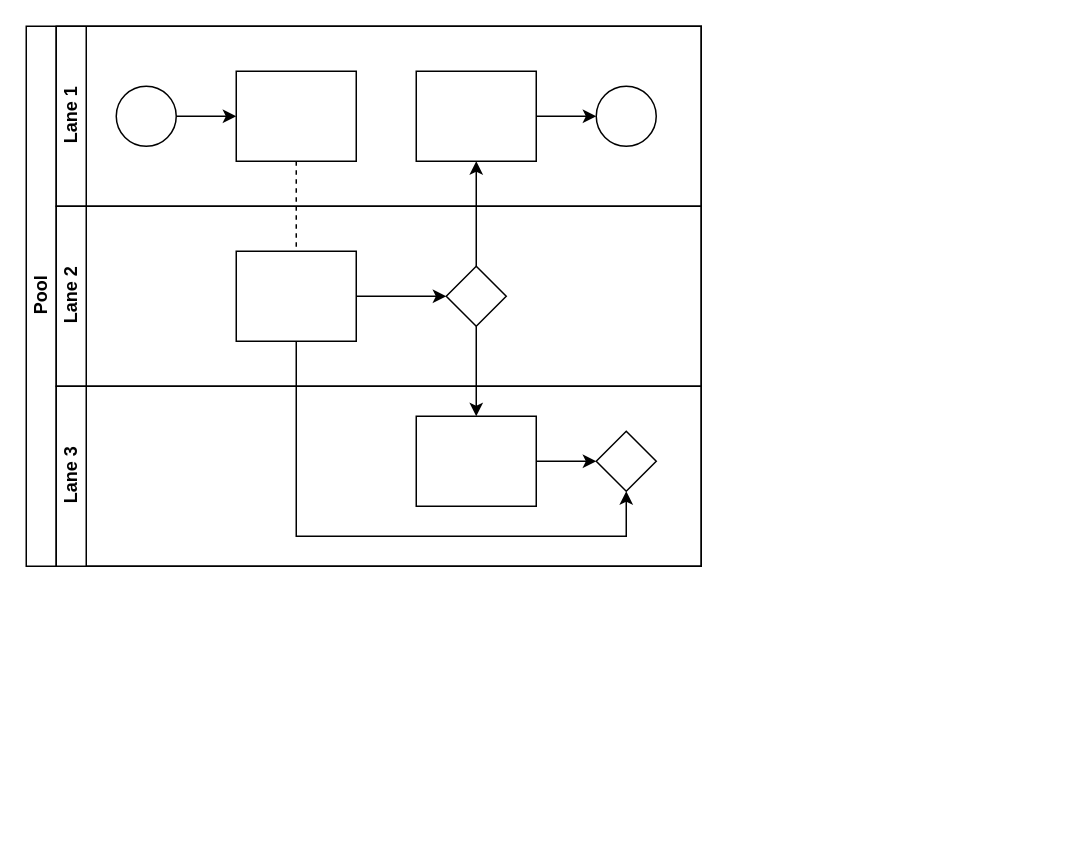
This is Diagramme sans nom.drawio from Jbertrius/dmd_model, a draw.io file, before an edit. Source tidied: cells renumbered, new cells numbered last; positions are measured from the earlier drawing's top-left corner, leaving out a move shared by most shapes. Both pictures are drawn from the tidied source at 150%, with x=0, y=0 at pixel (26, 26).
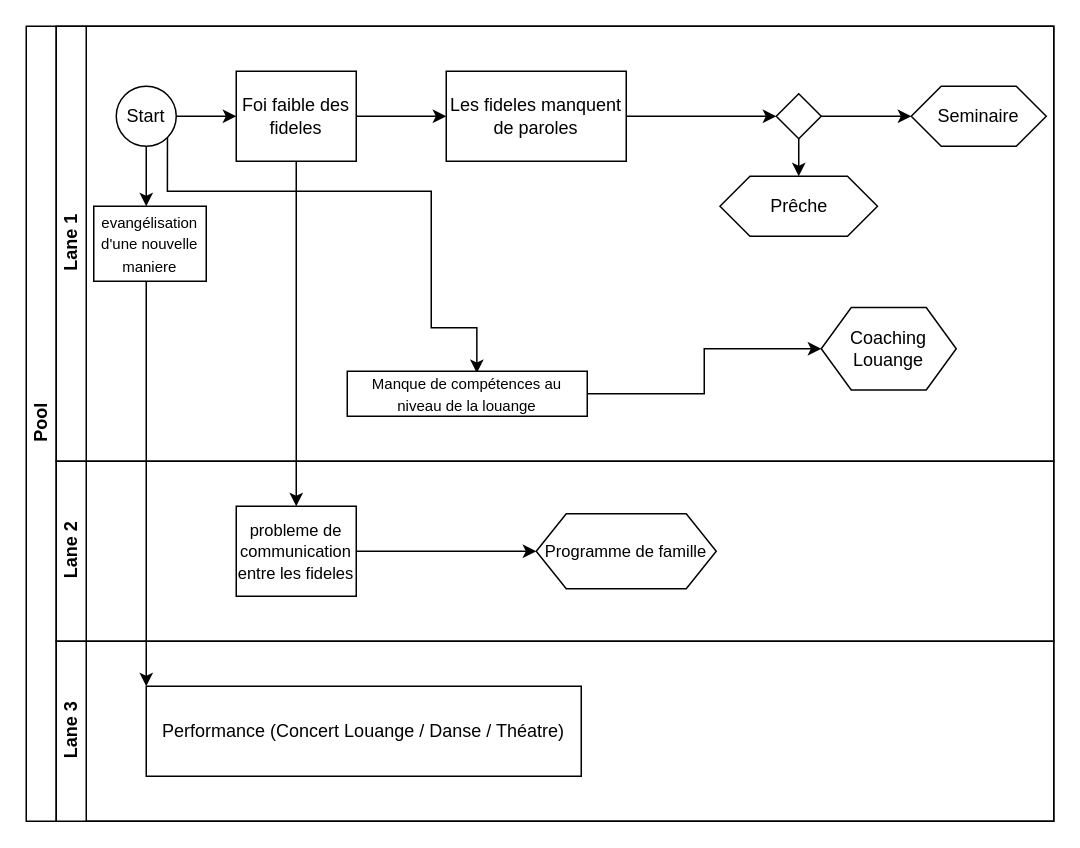
The same diagram, later.

Commit message:
Mise à jour

The edit, as a diff of the source:
```diff
@@
     <mxCell id="2" value="Pool" style="swimlane;html=1;horizontal=0;startSize=20;" parent="1" vertex="1">
-      <mxGeometry width="450" height="360" as="geometry" />
+      <mxGeometry width="685" height="530" as="geometry" />
     </mxCell>
-    <mxCell id="3" style="edgeStyle=orthogonalEdgeStyle;rounded=0;jettySize=auto;html=1;dashed=1;endArrow=none;endFill=0;" parent="2" edge="1" source="10" target="16">
-      <mxGeometry relative="1" as="geometry" />
-    </mxCell>
-    <mxCell id="4" style="edgeStyle=orthogonalEdgeStyle;rounded=0;jettySize=auto;html=1;endArrow=classic;endFill=1;" parent="2" edge="1" source="17" target="12">
-      <mxGeometry relative="1" as="geometry" />
-    </mxCell>
-    <mxCell id="5" style="edgeStyle=orthogonalEdgeStyle;rounded=0;jettySize=auto;html=1;endArrow=classic;endFill=1;" parent="2" edge="1" source="17" target="20">
-      <mxGeometry relative="1" as="geometry" />
-    </mxCell>
-    <mxCell id="6" style="edgeStyle=orthogonalEdgeStyle;rounded=0;jettySize=auto;html=1;endArrow=classic;endFill=1;" parent="2" edge="1" source="16" target="21">
-      <mxGeometry relative="1" as="geometry">
-        <Array as="points">
-          <mxPoint x="180" y="340" />
-          <mxPoint x="400" y="340" />
-        </Array>
-      </mxGeometry>
-    </mxCell>
     <mxCell id="7" value="Lane 1" style="swimlane;html=1;startSize=20;horizontal=0;" parent="2" vertex="1">
-      <mxGeometry x="20" width="430" height="120" as="geometry" />
+      <mxGeometry x="20" width="665" height="290" as="geometry" />
     </mxCell>
@@
+    <mxCell id="22" style="edgeStyle=orthogonalEdgeStyle;rounded=0;jettySize=auto;html=1;" parent="7" edge="1" source="9" target="32">
+      <mxGeometry relative="1" as="geometry">
+        <Array as="points">
+          <mxPoint x="60" y="110" />
+          <mxPoint x="60" y="110" />
+        </Array>
+      </mxGeometry>
+    </mxCell>
+    <mxCell id="23" style="edgeStyle=orthogonalEdgeStyle;rounded=0;jettySize=auto;html=1;exitX=1;exitY=1;exitDx=0;exitDy=0;entryX=0.54;entryY=0.04;entryDx=0;entryDy=0;entryPerimeter=0;" parent="7" edge="1" source="9" target="34">
+      <mxGeometry relative="1" as="geometry">
+        <Array as="points">
+          <mxPoint x="74" y="110" />
+          <mxPoint x="250" y="110" />
+          <mxPoint x="250" y="201" />
+        </Array>
+      </mxGeometry>
+    </mxCell>
-    <mxCell id="9" style="ellipse;whiteSpace=wrap;html=1;" parent="7" vertex="1">
+    <mxCell id="9" value="Start" style="ellipse;whiteSpace=wrap;html=1;" parent="7" vertex="1">
       <mxGeometry x="40" y="40" width="40" height="40" as="geometry" />
     </mxCell>
+    <mxCell id="24" style="edgeStyle=orthogonalEdgeStyle;rounded=0;jettySize=auto;html=1;" parent="7" edge="1" source="10" target="26">
+      <mxGeometry relative="1" as="geometry" />
+    </mxCell>
-    <mxCell id="10" style="rounded=0;whiteSpace=wrap;html=1;fontFamily=Helvetica;fontSize=12;fontColor=#000000;align=center;" parent="7" vertex="1">
+    <mxCell id="10" value="Foi faible des fideles" style="rounded=0;whiteSpace=wrap;html=1;fontFamily=Helvetica;fontSize=12;fontColor=#000000;align=center;" parent="7" vertex="1">
       <mxGeometry x="120" y="30" width="80" height="60" as="geometry" />
     </mxCell>
-    <mxCell id="11" style="edgeStyle=orthogonalEdgeStyle;rounded=0;jettySize=auto;html=1;endArrow=classic;endFill=1;" parent="7" edge="1" source="12" target="13">
-      <mxGeometry relative="1" as="geometry" />
-    </mxCell>
-    <mxCell id="12" style="rounded=0;whiteSpace=wrap;html=1;fontFamily=Helvetica;fontSize=12;fontColor=#000000;align=center;" parent="7" vertex="1">
-      <mxGeometry x="240" y="30" width="80" height="60" as="geometry" />
-    </mxCell>
-    <mxCell id="13" style="ellipse;whiteSpace=wrap;html=1;" parent="7" vertex="1">
-      <mxGeometry x="360" y="40" width="40" height="40" as="geometry" />
-    </mxCell>
+    <mxCell id="25" style="edgeStyle=orthogonalEdgeStyle;rounded=0;jettySize=auto;html=1;" parent="7" edge="1" source="26" target="29">
+      <mxGeometry relative="1" as="geometry" />
+    </mxCell>
+    <mxCell id="26" value="Les fideles manquent de paroles" style="rounded=0;whiteSpace=wrap;html=1;fontColor=#000000;" parent="7" vertex="1">
+      <mxGeometry x="260" y="30" width="120" height="60" as="geometry" />
+    </mxCell>
+    <mxCell id="27" style="edgeStyle=orthogonalEdgeStyle;rounded=0;jettySize=auto;html=1;" parent="7" edge="1" source="29" target="30">
+      <mxGeometry relative="1" as="geometry" />
+    </mxCell>
+    <mxCell id="28" style="edgeStyle=orthogonalEdgeStyle;rounded=0;jettySize=auto;html=1;" parent="7" edge="1" source="29" target="31">
+      <mxGeometry relative="1" as="geometry" />
+    </mxCell>
+    <mxCell id="29" style="rhombus;whiteSpace=wrap;html=1;fontColor=#000000;rounded=0;" parent="7" vertex="1">
+      <mxGeometry x="480" y="45" width="30" height="30" as="geometry" />
+    </mxCell>
+    <mxCell id="30" value="Seminaire" style="shape=hexagon;perimeter=hexagonPerimeter2;whiteSpace=wrap;html=1;fixedSize=1;fontColor=#000000;rounded=0;" parent="7" vertex="1">
+      <mxGeometry x="570" y="40" width="90" height="40" as="geometry" />
+    </mxCell>
+    <mxCell id="31" value="Prêche" style="shape=hexagon;perimeter=hexagonPerimeter2;whiteSpace=wrap;html=1;fixedSize=1;fontColor=#000000;rounded=0;" parent="7" vertex="1">
+      <mxGeometry x="442.5" y="100" width="105" height="40" as="geometry" />
+    </mxCell>
+    <mxCell id="32" value="&lt;font style=&quot;font-size: 10px;&quot;&gt;evangélisation&lt;/font&gt;&lt;div&gt;&lt;font style=&quot;font-size: 10px;&quot;&gt;d'une nouvelle maniere&lt;/font&gt;&lt;/div&gt;" style="whiteSpace=wrap;html=1;" parent="7" vertex="1">
+      <mxGeometry x="25" y="120" width="75" height="50" as="geometry" />
+    </mxCell>
+    <mxCell id="33" style="edgeStyle=orthogonalEdgeStyle;rounded=0;jettySize=auto;html=1;" parent="7" edge="1" source="34" target="35">
+      <mxGeometry relative="1" as="geometry" />
+    </mxCell>
+    <mxCell id="34" value="&lt;span style=&quot;font-size: 10px;&quot;&gt;Manque de compétences au niveau de la louange&lt;/span&gt;" style="whiteSpace=wrap;html=1;" parent="7" vertex="1">
+      <mxGeometry x="194" y="230" width="160" height="30" as="geometry" />
+    </mxCell>
+    <mxCell id="35" value="Coaching Louange" style="shape=hexagon;perimeter=hexagonPerimeter2;whiteSpace=wrap;html=1;fixedSize=1;" parent="7" vertex="1">
+      <mxGeometry x="510" y="187.5" width="90" height="55" as="geometry" />
+    </mxCell>
     <mxCell id="14" value="Lane 2" style="swimlane;html=1;startSize=20;horizontal=0;" parent="2" vertex="1">
-      <mxGeometry x="20" y="120" width="430" height="120" as="geometry" />
+      <mxGeometry x="20" y="290" width="665" height="120" as="geometry" />
     </mxCell>
-    <mxCell id="15" style="edgeStyle=orthogonalEdgeStyle;rounded=0;jettySize=auto;html=1;endArrow=classic;endFill=1;" parent="14" edge="1" source="16" target="17">
-      <mxGeometry relative="1" as="geometry" />
-    </mxCell>
+    <mxCell id="36" style="edgeStyle=orthogonalEdgeStyle;rounded=0;jettySize=auto;html=1;" parent="14" edge="1" source="16" target="37">
+      <mxGeometry relative="1" as="geometry" />
+    </mxCell>
-    <mxCell id="16" style="rounded=0;whiteSpace=wrap;html=1;fontFamily=Helvetica;fontSize=12;fontColor=#000000;align=center;" parent="14" vertex="1">
+    <mxCell id="16" value="&lt;font style=&quot;font-size: 11px;&quot;&gt;probleme de communication entre les fideles&lt;/font&gt;" style="rounded=0;whiteSpace=wrap;html=1;fontFamily=Helvetica;fontSize=12;fontColor=#000000;align=center;" parent="14" vertex="1">
       <mxGeometry x="120" y="30" width="80" height="60" as="geometry" />
     </mxCell>
-    <mxCell id="17" style="rhombus;whiteSpace=wrap;html=1;fontFamily=Helvetica;fontSize=12;fontColor=#000000;align=center;" parent="14" vertex="1">
-      <mxGeometry x="260" y="40" width="40" height="40" as="geometry" />
-    </mxCell>
+    <mxCell id="37" value="&lt;font style=&quot;font-size: 11px;&quot;&gt;Programme de famille&lt;/font&gt;" style="shape=hexagon;perimeter=hexagonPerimeter2;whiteSpace=wrap;html=1;fixedSize=1;fontColor=#000000;rounded=0;" parent="14" vertex="1">
+      <mxGeometry x="320" y="35" width="120" height="50" as="geometry" />
+    </mxCell>
     <mxCell id="18" value="Lane 3" style="swimlane;html=1;startSize=20;horizontal=0;" parent="2" vertex="1">
-      <mxGeometry x="20" y="240" width="430" height="120" as="geometry" />
+      <mxGeometry x="20" y="410" width="665" height="120" as="geometry" />
     </mxCell>
-    <mxCell id="19" style="edgeStyle=orthogonalEdgeStyle;rounded=0;jettySize=auto;html=1;endArrow=classic;endFill=1;" parent="18" edge="1" source="20" target="21">
-      <mxGeometry relative="1" as="geometry" />
-    </mxCell>
-    <mxCell id="20" style="rounded=0;whiteSpace=wrap;html=1;fontFamily=Helvetica;fontSize=12;fontColor=#000000;align=center;" parent="18" vertex="1">
-      <mxGeometry x="240" y="20" width="80" height="60" as="geometry" />
-    </mxCell>
-    <mxCell id="21" style="rhombus;whiteSpace=wrap;html=1;fontFamily=Helvetica;fontSize=12;fontColor=#000000;align=center;" parent="18" vertex="1">
-      <mxGeometry x="360" y="30" width="40" height="40" as="geometry" />
-    </mxCell>
+    <mxCell id="38" value="Performance (Concert Louange / Danse / Théatre)" style="whiteSpace=wrap;html=1;" parent="18" vertex="1">
+      <mxGeometry x="60" y="30" width="290" height="60" as="geometry" />
+    </mxCell>
+    <mxCell id="3" style="edgeStyle=orthogonalEdgeStyle;rounded=0;jettySize=auto;html=1;" parent="2" edge="1" source="10" target="16">
+      <mxGeometry relative="1" as="geometry" />
+    </mxCell>
+    <mxCell id="39" style="edgeStyle=orthogonalEdgeStyle;rounded=0;jettySize=auto;html=1;" parent="2" edge="1" source="32" target="38">
+      <mxGeometry relative="1" as="geometry">
+        <Array as="points">
+          <mxPoint x="80" y="370" />
+          <mxPoint x="80" y="370" />
+        </Array>
+      </mxGeometry>
+    </mxCell>
```
